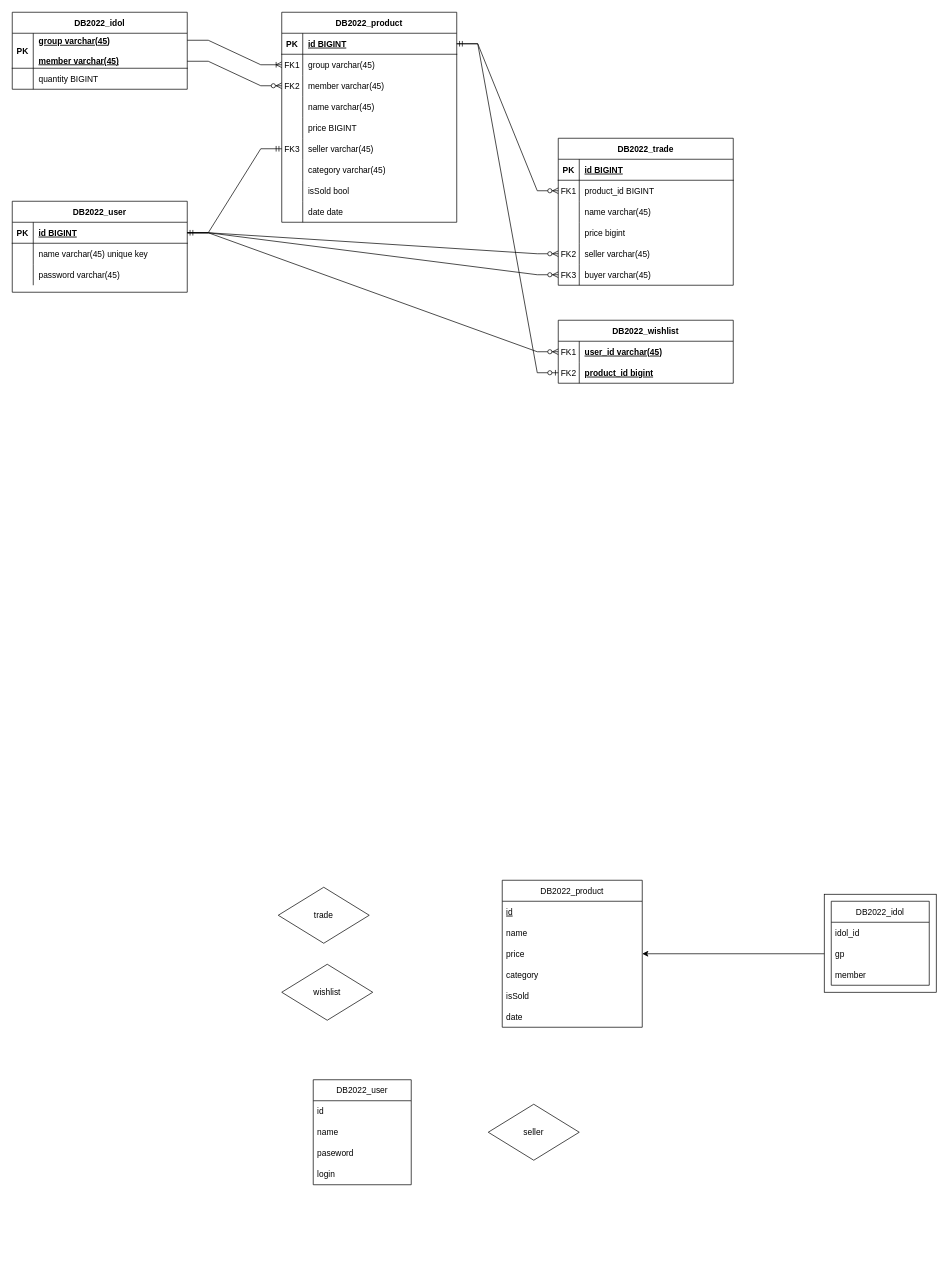
Earlier version of the draw.io diagram 2022DBteam01.drawio (ayla-12/DB2022-TEAM01). Source tidied: cells renumbered, new cells numbered last; positions are measured from the earlier drawing's top-left corner, leaving out a move shared by most shapes. Both pictures are drawn from the tidied source at 70%, with x=0, y=0 at pixel (12, 12).
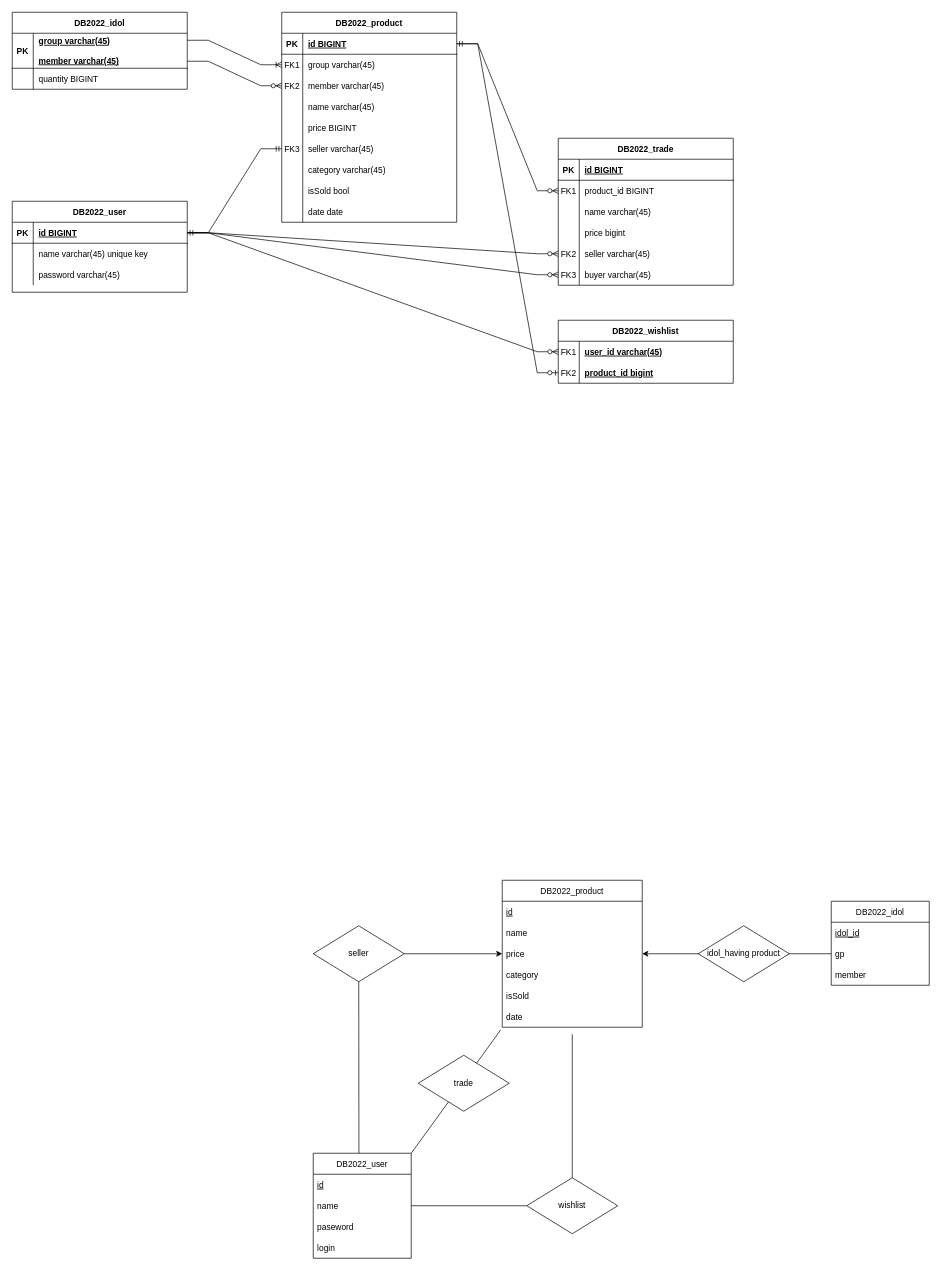
After the change.

The change refers to these unchanged cells:
```xml
<mxCell id="84" value="price" style="text;strokeColor=none;fillColor=none;align=left;verticalAlign=middle;spacingLeft=4;spacingRight=4;overflow=hidden;points=[[0,0.5],[1,0.5]];portConstraint=eastwest;" parent="81" vertex="1">
  <mxGeometry y="90" width="200" height="30" as="geometry" />
</mxCell>
<mxCell id="87" value="date" style="text;strokeColor=none;fillColor=none;align=left;verticalAlign=middle;spacingLeft=4;spacingRight=4;overflow=hidden;points=[[0,0.5],[1,0.5]];portConstraint=eastwest;" parent="81" vertex="1">
  <mxGeometry y="180" width="200" height="30" as="geometry" />
</mxCell>
<mxCell id="90" value="name" style="text;strokeColor=none;fillColor=none;align=left;verticalAlign=middle;spacingLeft=4;spacingRight=4;overflow=hidden;points=[[0,0.5],[1,0.5]];portConstraint=eastwest;" parent="88" vertex="1">
  <mxGeometry y="60" width="140" height="30" as="geometry" />
</mxCell>
<mxCell id="95" value="DB2022_idol" style="swimlane;fontStyle=0;horizontal=1;startSize=30;perimeterSpacing=0;strokeWidth=1;" parent="1" vertex="1">
  <mxGeometry x="1170" y="1270" width="140" height="120" as="geometry" />
</mxCell>
```

The edit, as a diff of the source:
```diff
@@
     <mxCell id="88" value="DB2022_user" style="swimlane;fontStyle=0;horizontal=1;startSize=30;" parent="1" vertex="1">
-      <mxGeometry x="430" y="1525" width="140" height="150" as="geometry" />
+      <mxGeometry x="430" y="1630" width="140" height="150" as="geometry" />
     </mxCell>
-    <mxCell id="89" value="id" style="text;strokeColor=none;fillColor=none;align=left;verticalAlign=middle;spacingLeft=4;spacingRight=4;overflow=hidden;" parent="88" vertex="1">
+    <mxCell id="89" value="id" style="text;strokeColor=none;fillColor=none;align=left;verticalAlign=middle;spacingLeft=4;spacingRight=4;overflow=hidden;fontStyle=4;" parent="88" vertex="1">
       <mxGeometry y="30" width="140" height="30" as="geometry" />
     </mxCell>
@@
-    <mxCell id="94" style="rounded=0;whiteSpace=wrap;html=1;strokeWidth=1;gradientColor=#ffffff;" parent="1" vertex="1">
-      <mxGeometry x="1160" y="1260" width="160" height="140" as="geometry" />
-    </mxCell>
@@
-    <mxCell id="96" value="idol_id" style="text;strokeColor=none;fillColor=none;align=left;verticalAlign=middle;spacingLeft=4;spacingRight=4;overflow=hidden;" parent="95" vertex="1">
+    <mxCell id="96" value="idol_id" style="text;strokeColor=none;fillColor=none;align=left;verticalAlign=middle;spacingLeft=4;spacingRight=4;overflow=hidden;fontStyle=4;" parent="95" vertex="1">
       <mxGeometry y="30" width="140" height="30" as="geometry" />
     </mxCell>
@@
-    <mxCell id="99" value="trade" style="rhombus;whiteSpace=wrap;html=1;strokeWidth=1;gradientColor=#ffffff;" parent="1" vertex="1">
-      <mxGeometry x="380" y="1250" width="130" height="80" as="geometry" />
-    </mxCell>
     <mxCell id="100" value="wishlist" style="rhombus;whiteSpace=wrap;html=1;strokeWidth=1;gradientColor=#ffffff;" parent="1" vertex="1">
-      <mxGeometry x="385" y="1360" width="130" height="80" as="geometry" />
+      <mxGeometry x="735" y="1665" width="130" height="80" as="geometry" />
     </mxCell>
     <mxCell id="101" value="seller" style="rhombus;whiteSpace=wrap;html=1;strokeWidth=1;gradientColor=#ffffff;" parent="1" vertex="1">
-      <mxGeometry x="680" y="1560" width="130" height="80" as="geometry" />
+      <mxGeometry x="430" y="1305" width="130" height="80" as="geometry" />
     </mxCell>
+    <mxCell id="102" style="endArrow=none;html=1;rounded=0;entryX=0.5;entryY=1.333;entryDx=0;entryDy=0;entryPerimeter=0;exitX=0.5;exitY=0;exitDx=0;exitDy=0;" parent="1" edge="1" source="100" target="87">
+      <mxGeometry relative="1" as="geometry" />
+    </mxCell>
+    <mxCell id="103" value="idol_having product" style="rhombus;whiteSpace=wrap;html=1;strokeWidth=1;gradientColor=#ffffff;" parent="1" vertex="1">
+      <mxGeometry x="980" y="1305" width="130" height="80" as="geometry" />
+    </mxCell>
+    <mxCell id="104" style="endArrow=none;html=1;rounded=0;exitX=0;exitY=0.5;exitDx=0;exitDy=0;entryX=1;entryY=0.5;entryDx=0;entryDy=0;" parent="1" edge="1" source="100" target="90">
+      <mxGeometry relative="1" as="geometry" />
+    </mxCell>
+    <mxCell id="105" style="endArrow=none;html=1;rounded=0;entryX=0.5;entryY=1;entryDx=0;entryDy=0;exitX=0.466;exitY=-0.001;exitDx=0;exitDy=0;exitPerimeter=0;" parent="1" edge="1" source="88" target="101">
+      <mxGeometry relative="1" as="geometry" />
+    </mxCell>
+    <mxCell id="106" style="endArrow=classic;html=1;rounded=0;exitX=1;exitY=0.5;exitDx=0;exitDy=0;entryX=0;entryY=0.5;entryDx=0;entryDy=0;" parent="1" edge="1" source="101" target="84">
+      <mxGeometry relative="1" as="geometry" />
+    </mxCell>
+    <mxCell id="107" style="endArrow=none;html=1;rounded=0;exitX=1;exitY=0;exitDx=0;exitDy=0;entryX=-0.011;entryY=1.125;entryDx=0;entryDy=0;entryPerimeter=0;" parent="1" edge="1" source="88" target="87">
+      <mxGeometry relative="1" as="geometry" />
+    </mxCell>
+    <mxCell id="99" value="trade" style="rhombus;whiteSpace=wrap;html=1;strokeWidth=1;gradientColor=#ffffff;" parent="1" vertex="1">
+      <mxGeometry x="580" y="1490" width="130" height="80" as="geometry" />
+    </mxCell>
```
